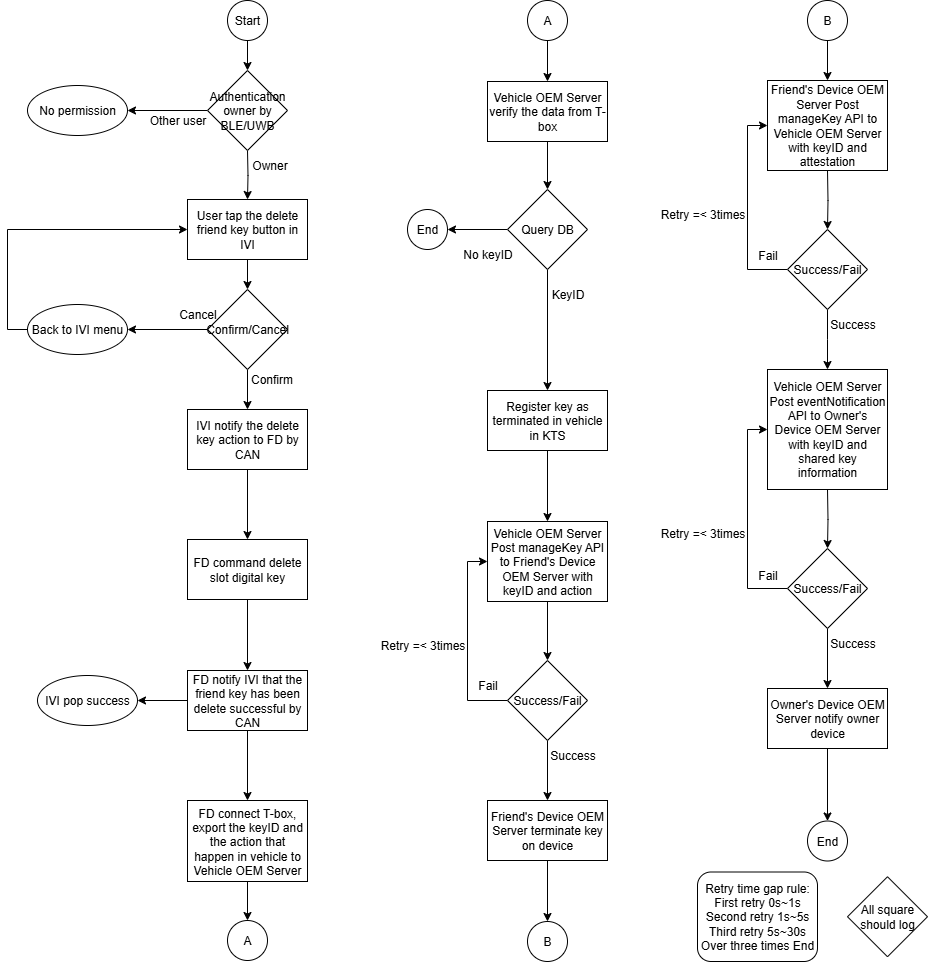
LaurenHsu31/DKC keeps this draw.io diagram as REV_100_Friend key termination in vehicle.drawio.png. Above is the earlier version. Source tidied: cells renumbered, new cells last; positions are measured from the earlier drawing's top-left corner, leaving out a move shared by most shapes.
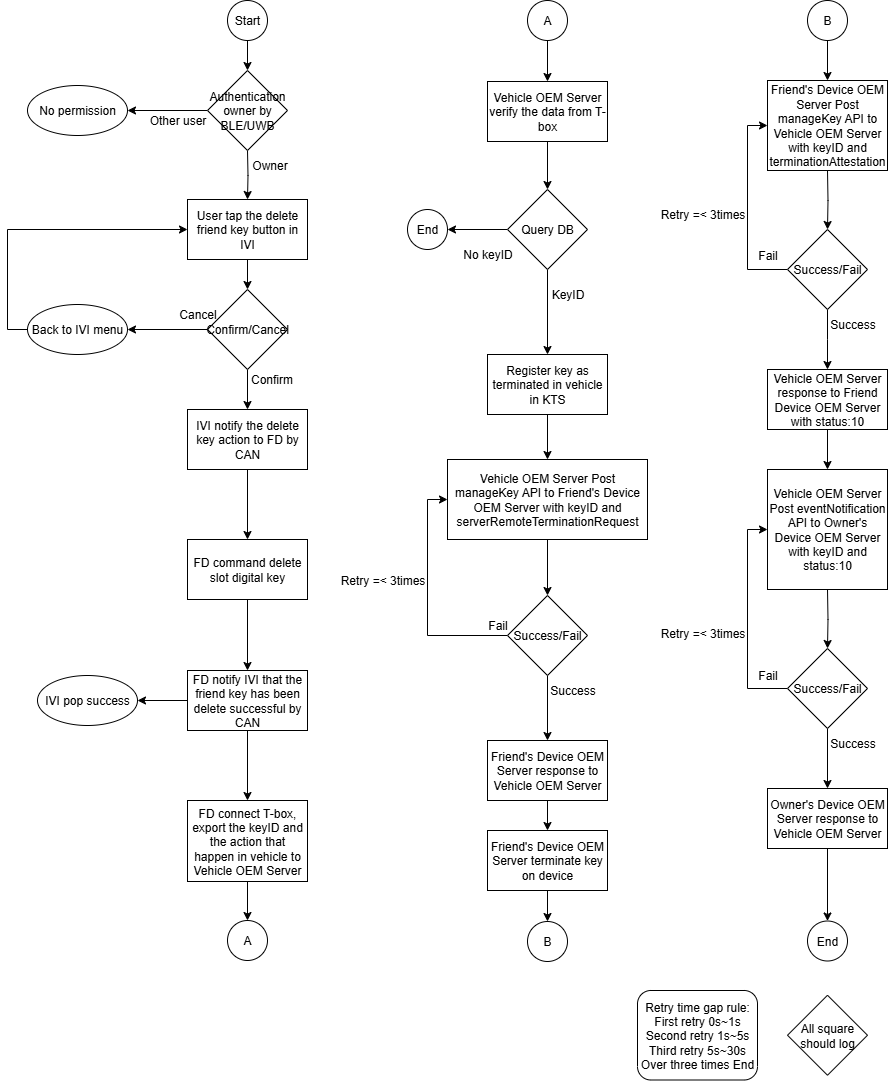
Above is the later version.

The edit, as a diff of the source:
```diff
@@ -99,8 +99,8 @@
     <mxCell id="32" style="edgeStyle=orthogonalEdgeStyle;rounded=0;jettySize=auto;html=1;exitX=0.5;exitY=1;exitDx=0;exitDy=0;entryX=0.5;entryY=0;entryDx=0;entryDy=0;" parent="1" edge="1" source="33" target="44">
       <mxGeometry relative="1" as="geometry" />
     </mxCell>
-    <mxCell id="33" value="Vehicle OEM Server Post manageKey API to Friend's Device OEM Server with keyID and action" style="rounded=0;whiteSpace=wrap;html=1;" parent="1" vertex="1">
-      <mxGeometry x="460" y="521" width="120" height="80" as="geometry" />
+    <mxCell id="33" value="Vehicle OEM Server Post manageKey API to Friend's Device OEM Server with keyID and serverRemoteTerminationRequest" style="rounded=0;whiteSpace=wrap;html=1;" parent="1" vertex="1">
+      <mxGeometry x="420" y="459" width="200" height="80" as="geometry" />
     </mxCell>
     <mxCell id="34" style="edgeStyle=orthogonalEdgeStyle;rounded=0;jettySize=auto;html=1;exitX=0.5;exitY=1;exitDx=0;exitDy=0;entryX=0.5;entryY=0;entryDx=0;entryDy=0;" parent="1" edge="1" source="35" target="38">
       <mxGeometry relative="1" as="geometry" />
@@ -129,34 +129,36 @@
     <mxCell id="42" style="edgeStyle=orthogonalEdgeStyle;rounded=0;jettySize=auto;html=1;exitX=0;exitY=0.5;exitDx=0;exitDy=0;entryX=0;entryY=0.5;entryDx=0;entryDy=0;" parent="1" edge="1" source="44" target="33">
       <mxGeometry relative="1" as="geometry" />
     </mxCell>
-    <mxCell id="43" style="edgeStyle=orthogonalEdgeStyle;rounded=0;jettySize=auto;html=1;exitX=0.5;exitY=1;exitDx=0;exitDy=0;entryX=0.5;entryY=0;entryDx=0;entryDy=0;" parent="1" edge="1" source="44" target="50">
-      <mxGeometry relative="1" as="geometry" />
+    <mxCell id="43" style="edgeStyle=orthogonalEdgeStyle;rounded=0;jettySize=auto;html=1;exitX=0.5;exitY=1;exitDx=0;exitDy=0;" parent="1" edge="1" source="44">
+      <mxGeometry relative="1" as="geometry">
+        <mxPoint x="520" y="740" as="targetPoint" />
+      </mxGeometry>
     </mxCell>
     <mxCell id="44" value="Success/Fail" style="rhombus;whiteSpace=wrap;html=1;" parent="1" vertex="1">
-      <mxGeometry x="480" y="660" width="80" height="80" as="geometry" />
+      <mxGeometry x="480" y="595" width="80" height="80" as="geometry" />
     </mxCell>
     <mxCell id="45" value="Retry =&amp;lt; 3times" style="text;html=1;align=center;verticalAlign=middle;strokeColor=none;fillColor=none;" parent="1" vertex="1">
-      <mxGeometry x="340" y="630" width="110" height="30" as="geometry" />
+      <mxGeometry x="300" y="565" width="110" height="30" as="geometry" />
     </mxCell>
     <mxCell id="46" value="Fail" style="text;html=1;align=center;verticalAlign=middle;strokeColor=none;fillColor=none;" parent="1" vertex="1">
-      <mxGeometry x="440" y="670" width="40" height="30" as="geometry" />
+      <mxGeometry x="450" y="610" width="40" height="30" as="geometry" />
     </mxCell>
     <mxCell id="47" value="Retry time gap rule:&lt;div&gt;First retry 0s~1s&lt;/div&gt;&lt;div&gt;Second retry 1s~5s&lt;/div&gt;&lt;div&gt;Third retry 5s~30s&lt;/div&gt;&lt;div&gt;Over three times End&lt;/div&gt;" style="rounded=1;whiteSpace=wrap;html=1;" parent="1" vertex="1">
-      <mxGeometry x="670" y="871.5" width="120" height="89.5" as="geometry" />
+      <mxGeometry x="610" y="990" width="120" height="89.5" as="geometry" />
     </mxCell>
     <mxCell id="48" value="All square should log" style="rhombus;whiteSpace=wrap;html=1;" parent="1" vertex="1">
-      <mxGeometry x="820" y="876.2" width="80" height="80" as="geometry" />
+      <mxGeometry x="760" y="994.8" width="80" height="80" as="geometry" />
     </mxCell>
     <mxCell id="49" style="edgeStyle=orthogonalEdgeStyle;rounded=0;jettySize=auto;html=1;exitX=0.5;exitY=1;exitDx=0;exitDy=0;" parent="1" edge="1" source="50" target="60">
       <mxGeometry relative="1" as="geometry" />
     </mxCell>
     <mxCell id="50" value="Friend's Device OEM Server terminate key on device" style="rounded=0;whiteSpace=wrap;html=1;" parent="1" vertex="1">
-      <mxGeometry x="460" y="800" width="120" height="60" as="geometry" />
+      <mxGeometry x="460" y="830" width="120" height="60" as="geometry" />
     </mxCell>
     <mxCell id="51" value="Success" style="text;html=1;align=center;verticalAlign=middle;strokeColor=none;fillColor=none;" parent="1" vertex="1">
-      <mxGeometry x="510" y="740" width="70" height="30" as="geometry" />
+      <mxGeometry x="510" y="675" width="70" height="30" as="geometry" />
     </mxCell>
-    <mxCell id="52" value="Friend's Device OEM Server Post manageKey API to Vehicle OEM Server with keyID and attestation" style="rounded=0;whiteSpace=wrap;html=1;" parent="1" vertex="1">
+    <mxCell id="52" value="Friend's Device OEM Server Post manageKey API to Vehicle OEM Server with keyID and terminationAttestation" style="rounded=0;whiteSpace=wrap;html=1;" parent="1" vertex="1">
       <mxGeometry x="740" y="80" width="120" height="90" as="geometry" />
     </mxCell>
     <mxCell id="53" style="edgeStyle=orthogonalEdgeStyle;rounded=0;jettySize=auto;html=1;exitX=0.5;exitY=1;exitDx=0;exitDy=0;entryX=0.5;entryY=0;entryDx=0;entryDy=0;" parent="1" edge="1" target="56">
@@ -193,12 +195,12 @@
     <mxCell id="62" value="B" style="ellipse;whiteSpace=wrap;html=1;" parent="1" vertex="1">
       <mxGeometry x="780" width="40" height="40" as="geometry" />
     </mxCell>
-    <mxCell id="63" value="Vehicle OEM Server Post eventNotification API to Owner's Device OEM Server with keyID and shared key information" style="rounded=0;whiteSpace=wrap;html=1;" parent="1" vertex="1">
-      <mxGeometry x="740" y="369" width="120" height="120" as="geometry" />
+    <mxCell id="63" value="Vehicle OEM Server Post eventNotification API to Owner's Device OEM Server with keyID and status:10" style="rounded=0;whiteSpace=wrap;html=1;" parent="1" vertex="1">
+      <mxGeometry x="740" y="469" width="120" height="120" as="geometry" />
     </mxCell>
     <mxCell id="64" style="edgeStyle=orthogonalEdgeStyle;rounded=0;jettySize=auto;html=1;exitX=0.5;exitY=1;exitDx=0;exitDy=0;entryX=0.5;entryY=0;entryDx=0;entryDy=0;" parent="1" edge="1" target="67">
       <mxGeometry relative="1" as="geometry">
-        <mxPoint x="800" y="489" as="sourcePoint" />
+        <mxPoint x="800" y="589" as="sourcePoint" />
       </mxGeometry>
     </mxCell>
     <mxCell id="65" style="edgeStyle=orthogonalEdgeStyle;rounded=0;jettySize=auto;html=1;exitX=0.5;exitY=1;exitDx=0;exitDy=0;entryX=0.5;entryY=0;entryDx=0;entryDy=0;" parent="1" edge="1" source="67" target="71">
@@ -208,31 +210,43 @@
       <mxGeometry relative="1" as="geometry" />
     </mxCell>
     <mxCell id="67" value="Success/Fail" style="rhombus;whiteSpace=wrap;html=1;" parent="1" vertex="1">
-      <mxGeometry x="760" y="548" width="80" height="80" as="geometry" />
+      <mxGeometry x="760" y="648" width="80" height="80" as="geometry" />
     </mxCell>
     <mxCell id="68" value="Retry =&amp;lt; 3times" style="text;html=1;align=center;verticalAlign=middle;strokeColor=none;fillColor=none;" parent="1" vertex="1">
-      <mxGeometry x="620" y="518" width="110" height="30" as="geometry" />
+      <mxGeometry x="620" y="618" width="110" height="30" as="geometry" />
     </mxCell>
     <mxCell id="69" value="Fail" style="text;html=1;align=center;verticalAlign=middle;strokeColor=none;fillColor=none;" parent="1" vertex="1">
-      <mxGeometry x="720" y="560" width="40" height="30" as="geometry" />
+      <mxGeometry x="720" y="660" width="40" height="30" as="geometry" />
     </mxCell>
     <mxCell id="70" style="edgeStyle=orthogonalEdgeStyle;rounded=0;jettySize=auto;html=1;exitX=0.5;exitY=1;exitDx=0;exitDy=0;entryX=0.5;entryY=0;entryDx=0;entryDy=0;" parent="1" edge="1" source="71" target="73">
       <mxGeometry relative="1" as="geometry" />
     </mxCell>
-    <mxCell id="71" value="Owner's Device OEM Server notify owner device" style="rounded=0;whiteSpace=wrap;html=1;" parent="1" vertex="1">
-      <mxGeometry x="740" y="688" width="120" height="60" as="geometry" />
+    <mxCell id="71" value="Owner's Device OEM Server response to Vehicle OEM Server" style="rounded=0;whiteSpace=wrap;html=1;" parent="1" vertex="1">
+      <mxGeometry x="740" y="788" width="120" height="60" as="geometry" />
     </mxCell>
     <mxCell id="72" value="Success" style="text;html=1;align=center;verticalAlign=middle;strokeColor=none;fillColor=none;" parent="1" vertex="1">
-      <mxGeometry x="790" y="628" width="70" height="30" as="geometry" />
+      <mxGeometry x="790" y="728" width="70" height="30" as="geometry" />
     </mxCell>
     <mxCell id="73" value="End" style="ellipse;whiteSpace=wrap;html=1;" parent="1" vertex="1">
-      <mxGeometry x="780" y="820.5" width="40" height="40" as="geometry" />
+      <mxGeometry x="780" y="920.5" width="40" height="40" as="geometry" />
     </mxCell>
     <mxCell id="74" style="edgeStyle=orthogonalEdgeStyle;rounded=0;jettySize=auto;html=1;exitX=0.5;exitY=1;exitDx=0;exitDy=0;entryX=0.5;entryY=0;entryDx=0;entryDy=0;" parent="1" edge="1" source="75" target="33">
       <mxGeometry relative="1" as="geometry" />
     </mxCell>
     <mxCell id="75" value="Register key as terminated in vehicle in KTS" style="rounded=0;whiteSpace=wrap;html=1;" parent="1" vertex="1">
-      <mxGeometry x="460" y="390" width="120" height="60" as="geometry" />
+      <mxGeometry x="460" y="354" width="120" height="60" as="geometry" />
     </mxCell>
+    <mxCell id="76" style="edgeStyle=orthogonalEdgeStyle;rounded=0;jettySize=auto;html=1;exitX=0.5;exitY=1;exitDx=0;exitDy=0;entryX=0.5;entryY=0;entryDx=0;entryDy=0;" parent="1" edge="1" source="77" target="50">
+      <mxGeometry relative="1" as="geometry" />
+    </mxCell>
+    <mxCell id="77" value="Friend's Device OEM Server response to Vehicle OEM Server" style="rounded=0;whiteSpace=wrap;html=1;" parent="1" vertex="1">
+      <mxGeometry x="460" y="740" width="120" height="60" as="geometry" />
+    </mxCell>
+    <mxCell id="78" style="edgeStyle=orthogonalEdgeStyle;rounded=0;jettySize=auto;html=1;exitX=0.5;exitY=1;exitDx=0;exitDy=0;entryX=0.5;entryY=0;entryDx=0;entryDy=0;" parent="1" edge="1" source="79" target="63">
+      <mxGeometry relative="1" as="geometry" />
+    </mxCell>
+    <mxCell id="79" value="Vehicle OEM Server response to Friend Device OEM Server with status:10" style="rounded=0;whiteSpace=wrap;html=1;" parent="1" vertex="1">
+      <mxGeometry x="740" y="369" width="120" height="60" as="geometry" />
+    </mxCell>
   </root>
 </mxGraphModel>
```
